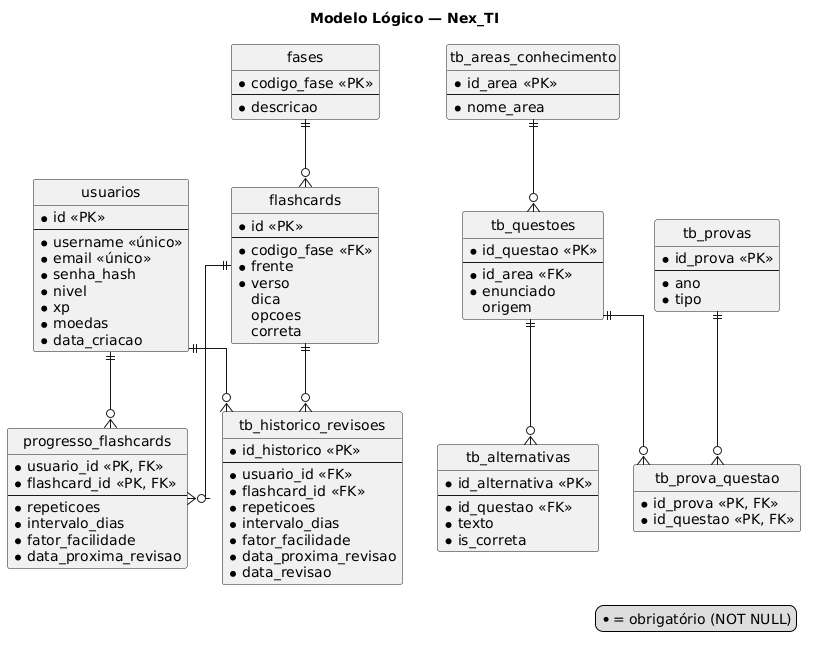
Before: modelagem-uml/04_Banco_de_Dados/Modelo Logico Nex_TI.png, a diagram exported from PlantUML (MayconDIS/PIM_IV).
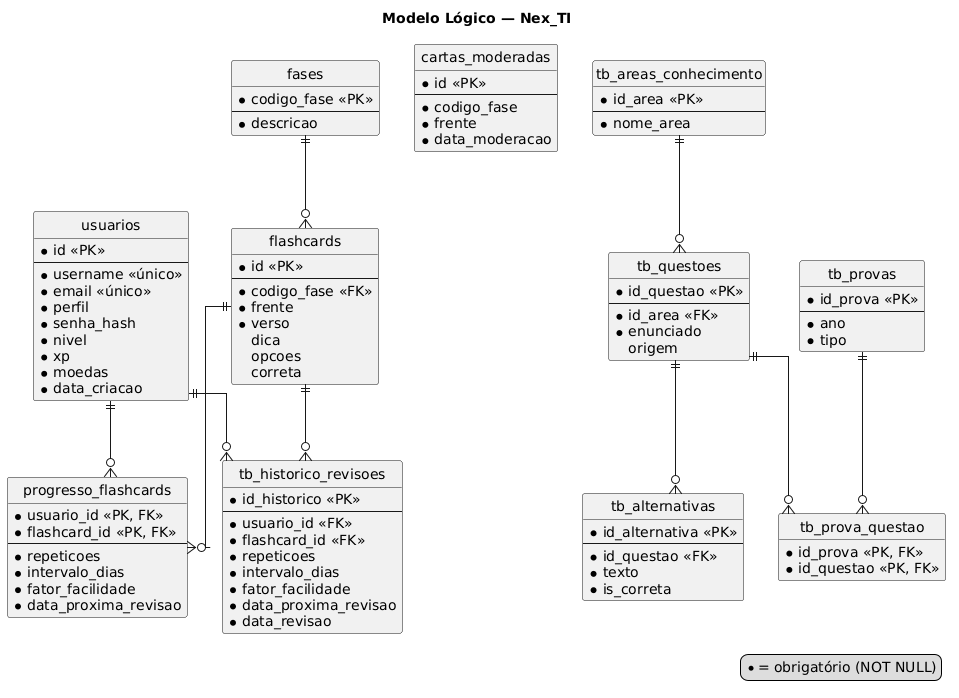
The same diagram one commit later.

Change to the diagram source:
```diff
@@ -13,11 +13,20 @@
   --
   * username <<único>>
   * email <<único>>
+  * perfil
   * senha_hash
   * nivel
   * xp
   * moedas
   * data_criacao
+}
+
+entity cartas_moderadas {
+  * id <<PK>>
+  --
+  * codigo_fase
+  * frente
+  * data_moderacao
 }
 
 entity fases {
```
